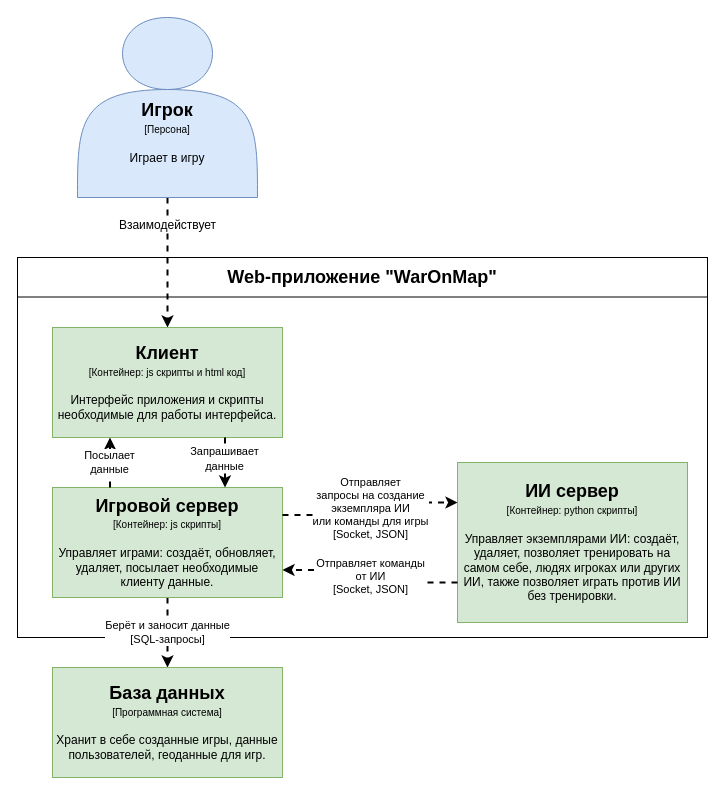
7kia/dissertation-of-master-student keeps this draw.io diagram as Модельный граф/Model-graph_Container-diagram.drawio. Above is the earlier version. Source tidied: cells renumbered, new cells numbered last; positions are measured from the earlier drawing's top-left corner, leaving out a move shared by most shapes. Both pictures are drawn from the tidied source at 100%, with x=0, y=0 at pixel (17, 17).
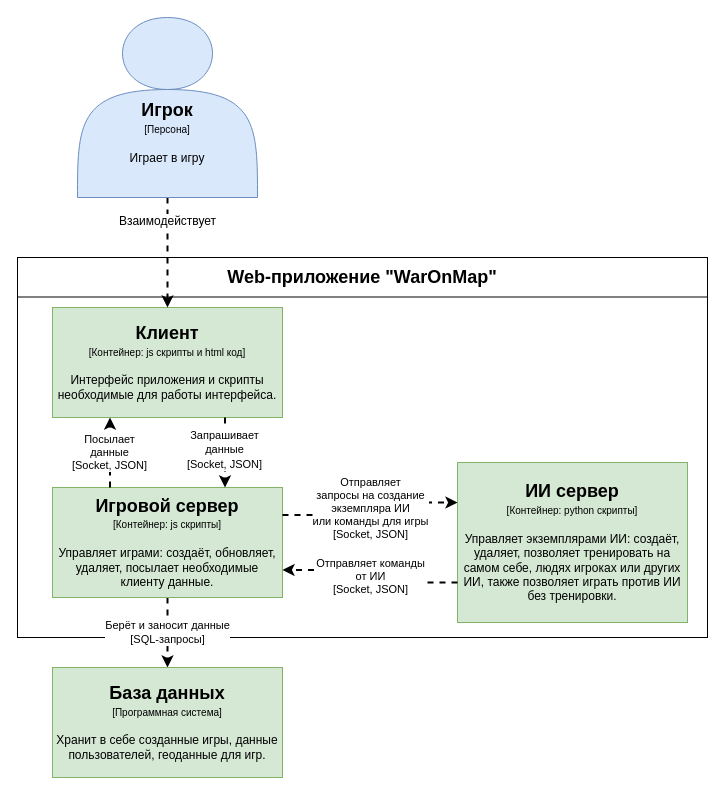
The same page after the edit.

Commit message (it also covers changes not shown here):
Частично сделана диаграмма компонентов для модельного графа

Diff of the diagram source:
```diff
@@
 <mxGraphModel>
   <root>
     <mxCell id="0" />
     <mxCell id="1" parent="0" />
     <mxCell id="2" style="group;" parent="1" vertex="1">
       <mxGeometry y="240" width="690" height="380" as="geometry" />
     </mxCell>
     <mxCell id="3" style="group;" parent="2" vertex="1">
       <mxGeometry width="690" height="380" as="geometry" />
     </mxCell>
     <mxCell id="4" style="rounded=0;whiteSpace=wrap;html=1;" parent="3" vertex="1">
       <mxGeometry width="690" height="380" as="geometry" />
     </mxCell>
     <mxCell id="5" value="&lt;b&gt;&lt;font style=&quot;font-size: 18px&quot;&gt;Web-приложение &quot;WarOnMap&quot;&lt;/font&gt;&lt;/b&gt;" style="rounded=0;whiteSpace=wrap;html=1;" parent="3" vertex="1">
       <mxGeometry width="690" height="39.5" as="geometry" />
     </mxCell>
+    <mxCell id="10" value="&lt;div&gt;&lt;b&gt;&lt;font style=&quot;font-size: 18px&quot;&gt;Клиент&lt;/font&gt;&lt;/b&gt;&lt;br&gt;&lt;/div&gt;&lt;div&gt;&lt;font style=&quot;font-size: 10px&quot;&gt;[&lt;/font&gt;&lt;font style=&quot;font-size: 10px&quot;&gt;&lt;span class=&quot;tlid-translation translation&quot; lang=&quot;ru&quot;&gt;&lt;span title=&quot;&quot; class=&quot;&quot;&gt;Контейнер: js скрипты и html код]&lt;/span&gt;&lt;/span&gt;&lt;/font&gt;&lt;/div&gt;&lt;div&gt;&lt;font style=&quot;font-size: 10px&quot;&gt;&lt;br&gt;&lt;/font&gt;&lt;/div&gt;&lt;div&gt;Интерфейс приложения и скрипты необходимые для работы интерфейса.&lt;br&gt;&lt;/div&gt;" style="rounded=0;whiteSpace=wrap;html=1;fillColor=#d5e8d4;strokeColor=#82b366;" parent="3" vertex="1">
+      <mxGeometry x="35" y="50" width="230" height="110" as="geometry" />
+    </mxCell>
     <mxCell id="6" value="&lt;div&gt;Берёт и заносит данные&lt;/div&gt;&lt;div&gt;[SQL-запросы]&lt;br&gt;&lt;/div&gt;" style="edgeStyle=orthogonalEdgeStyle;rounded=0;jettySize=auto;html=1;dashed=1;strokeWidth=2;exitX=0.5;exitY=1;exitDx=0;exitDy=0;" parent="1" edge="1" source="11" target="9">
       <mxGeometry relative="1" as="geometry" />
     </mxCell>
     <mxCell id="7" value="&lt;font style=&quot;font-size: 12px&quot;&gt;Взаимодействует&lt;/font&gt;" style="edgeStyle=orthogonalEdgeStyle;rounded=0;jettySize=auto;html=1;exitX=0.5;exitY=1;exitDx=0;exitDy=0;entryX=0.5;entryY=0;entryDx=0;entryDy=0;dashed=1;strokeWidth=2;" parent="1" edge="1" source="8" target="10">
       <mxGeometry x="-0.57" relative="1" as="geometry" />
     </mxCell>
     <mxCell id="8" value="&lt;div&gt;&lt;br&gt;&lt;/div&gt;&lt;div&gt;&lt;br&gt;&lt;/div&gt;&lt;div&gt;&lt;b&gt;&lt;font style=&quot;font-size: 18px&quot;&gt;&lt;br&gt;&lt;/font&gt;&lt;/b&gt;&lt;/div&gt;&lt;div&gt;&lt;b&gt;&lt;font style=&quot;font-size: 18px&quot;&gt;Игрок&lt;br&gt;&lt;/font&gt;&lt;/b&gt;&lt;/div&gt;&lt;div&gt;&lt;font style=&quot;font-size: 10px&quot;&gt;[Персона]&lt;/font&gt;&lt;/div&gt;&lt;div&gt;&lt;font style=&quot;font-size: 10px&quot;&gt;&lt;br&gt;&lt;/font&gt;&lt;/div&gt;&lt;div&gt;Играет в игру&lt;br&gt;&lt;/div&gt;" style="shape=actor;whiteSpace=wrap;html=1;fillColor=#dae8fc;strokeColor=#6c8ebf;" parent="1" vertex="1">
       <mxGeometry x="60" width="180" height="180" as="geometry" />
     </mxCell>
     <mxCell id="9" value="&lt;div&gt;&lt;b&gt;&lt;font style=&quot;font-size: 18px&quot;&gt;База данных&lt;/font&gt;&lt;/b&gt;&lt;br&gt;&lt;/div&gt;&lt;div&gt;&lt;font style=&quot;font-size: 10px&quot;&gt;[&lt;/font&gt;&lt;font style=&quot;font-size: 10px&quot;&gt;&lt;span class=&quot;tlid-translation translation&quot; lang=&quot;ru&quot;&gt;&lt;span title=&quot;&quot; class=&quot;&quot;&gt;Программная система&lt;/span&gt;&lt;/span&gt;]&lt;/font&gt;&lt;/div&gt;&lt;div&gt;&lt;font style=&quot;font-size: 10px&quot;&gt;&lt;br&gt;&lt;/font&gt;&lt;/div&gt;&lt;div&gt;Хранит в себе созданные игры, данные пользователей, геоданные для игр.&lt;br&gt;&lt;/div&gt;" style="rounded=0;whiteSpace=wrap;html=1;fillColor=#d5e8d4;strokeColor=#82b366;" parent="1" vertex="1">
       <mxGeometry x="35" y="650" width="230" height="110" as="geometry" />
     </mxCell>
-    <mxCell id="10" value="&lt;div&gt;&lt;b&gt;&lt;font style=&quot;font-size: 18px&quot;&gt;Клиент&lt;/font&gt;&lt;/b&gt;&lt;br&gt;&lt;/div&gt;&lt;div&gt;&lt;font style=&quot;font-size: 10px&quot;&gt;[&lt;/font&gt;&lt;font style=&quot;font-size: 10px&quot;&gt;&lt;span class=&quot;tlid-translation translation&quot; lang=&quot;ru&quot;&gt;&lt;span title=&quot;&quot; class=&quot;&quot;&gt;Контейнер: js скрипты и html код]&lt;/span&gt;&lt;/span&gt;&lt;/font&gt;&lt;/div&gt;&lt;div&gt;&lt;font style=&quot;font-size: 10px&quot;&gt;&lt;br&gt;&lt;/font&gt;&lt;/div&gt;&lt;div&gt;Интерфейс приложения и скрипты необходимые для работы интерфейса.&lt;br&gt;&lt;/div&gt;" style="rounded=0;whiteSpace=wrap;html=1;fillColor=#d5e8d4;strokeColor=#82b366;" parent="1" vertex="1">
-      <mxGeometry x="35" y="310" width="230" height="110" as="geometry" />
-    </mxCell>
     <mxCell id="11" value="&lt;div&gt;&lt;b&gt;&lt;font style=&quot;font-size: 18px&quot;&gt;Игровой сервер&lt;/font&gt;&lt;/b&gt;&lt;br&gt;&lt;/div&gt;&lt;div&gt;&lt;font style=&quot;font-size: 10px&quot;&gt;[&lt;/font&gt;&lt;font style=&quot;font-size: 10px&quot;&gt;&lt;span class=&quot;tlid-translation translation&quot; lang=&quot;ru&quot;&gt;&lt;span title=&quot;&quot; class=&quot;&quot;&gt;Контейнер: js скрипты]&lt;/span&gt;&lt;/span&gt;&lt;/font&gt;&lt;/div&gt;&lt;div&gt;&lt;font style=&quot;font-size: 10px&quot;&gt;&lt;br&gt;&lt;/font&gt;&lt;/div&gt;&lt;div&gt;Управляет играми: создаёт, обновляет, удаляет, посылает необходимые клиенту данные.&lt;br&gt;&lt;/div&gt;" style="rounded=0;whiteSpace=wrap;html=1;fillColor=#d5e8d4;strokeColor=#82b366;" parent="1" vertex="1">
       <mxGeometry x="35" y="470" width="230" height="110" as="geometry" />
     </mxCell>
     <mxCell id="12" style="edgeStyle=orthogonalEdgeStyle;rounded=0;jettySize=auto;html=1;exitX=0.75;exitY=1;exitDx=0;exitDy=0;entryX=0.75;entryY=0;entryDx=0;entryDy=0;dashed=1;strokeWidth=2;" parent="1" edge="1" source="10" target="11">
       <mxGeometry relative="1" as="geometry" />
     </mxCell>
-    <mxCell id="13" value="&lt;div&gt;&lt;font style=&quot;font-size: 11px&quot;&gt;Запрашивает&lt;/font&gt;&lt;/div&gt;&lt;div&gt;&lt;font style=&quot;font-size: 11px&quot;&gt; данные&lt;/font&gt;&lt;/div&gt;" style="text;html=1;align=center;verticalAlign=middle;labelBackgroundColor=#ffffff;" parent="12" vertex="1">
+    <mxCell id="13" value="&lt;div&gt;&lt;font style=&quot;font-size: 11px&quot;&gt;Запрашивает&lt;/font&gt;&lt;/div&gt;&lt;div&gt;&lt;font style=&quot;font-size: 11px&quot;&gt; данные&lt;/font&gt;&lt;/div&gt;&lt;div&gt;&lt;font style=&quot;font-size: 11px&quot;&gt;&lt;font style=&quot;font-size: 11px&quot; size=&quot;3&quot;&gt;[Socket, JSON]&lt;/font&gt;&lt;/font&gt;&lt;/div&gt;" style="text;html=1;align=center;verticalAlign=middle;labelBackgroundColor=#ffffff;" parent="12" vertex="1">
       <mxGeometry x="0.15" y="-1" relative="1" as="geometry">
         <mxPoint y="-9" as="offset" />
       </mxGeometry>
     </mxCell>
-    <mxCell id="14" value="&lt;div&gt;&lt;font style=&quot;font-size: 11px&quot;&gt;Посылает&lt;/font&gt;&lt;/div&gt;&lt;div&gt;&lt;font style=&quot;font-size: 11px&quot; size=&quot;3&quot;&gt;данные&lt;br&gt;&lt;/font&gt;&lt;/div&gt;" style="edgeStyle=orthogonalEdgeStyle;rounded=0;jettySize=auto;html=1;exitX=0.25;exitY=0;exitDx=0;exitDy=0;entryX=0.25;entryY=1;entryDx=0;entryDy=0;dashed=1;strokeWidth=2;" parent="1" edge="1" source="11" target="10">
+    <mxCell id="14" value="&lt;div&gt;&lt;font style=&quot;font-size: 11px&quot;&gt;Посылает&lt;/font&gt;&lt;/div&gt;&lt;div&gt;&lt;font style=&quot;font-size: 11px&quot; size=&quot;3&quot;&gt;данные&lt;br&gt;&lt;/font&gt;&lt;/div&gt;&lt;div&gt;&lt;font style=&quot;font-size: 11px&quot; size=&quot;3&quot;&gt;[Socket, JSON]&lt;br&gt;&lt;/font&gt;&lt;/div&gt;" style="edgeStyle=orthogonalEdgeStyle;rounded=0;jettySize=auto;html=1;exitX=0.25;exitY=0;exitDx=0;exitDy=0;entryX=0.25;entryY=1;entryDx=0;entryDy=0;dashed=1;strokeWidth=2;" parent="1" edge="1" source="11" target="10">
       <mxGeometry relative="1" as="geometry" />
     </mxCell>
     <mxCell id="15" value="&lt;div&gt;&lt;b&gt;&lt;font style=&quot;font-size: 18px&quot;&gt;ИИ сервер&lt;/font&gt;&lt;/b&gt;&lt;br&gt;&lt;/div&gt;&lt;div&gt;&lt;font style=&quot;font-size: 10px&quot;&gt;[&lt;/font&gt;&lt;font style=&quot;font-size: 10px&quot;&gt;&lt;span class=&quot;tlid-translation translation&quot; lang=&quot;ru&quot;&gt;&lt;span title=&quot;&quot; class=&quot;&quot;&gt;Контейнер: python скрипты]&lt;/span&gt;&lt;/span&gt;&lt;/font&gt;&lt;/div&gt;&lt;div&gt;&lt;font style=&quot;font-size: 10px&quot;&gt;&lt;br&gt;&lt;/font&gt;&lt;/div&gt;&lt;div&gt;Управляет экземплярами ИИ: создаёт, удаляет, позволяет тренировать на самом себе, людях игроках или других ИИ, также позволяет играть против ИИ без тренировки.&lt;br&gt;&lt;/div&gt;" style="rounded=0;whiteSpace=wrap;html=1;fillColor=#d5e8d4;strokeColor=#82b366;" parent="1" vertex="1">
       <mxGeometry x="440" y="445" width="230" height="160" as="geometry" />
     </mxCell>
     <mxCell id="16" value="&lt;div&gt;Отправляет&lt;/div&gt;&lt;div&gt;запросы на создание &lt;br&gt;&lt;/div&gt;&lt;div&gt;экземпляра ИИ &lt;br&gt;&lt;/div&gt;&lt;div&gt;или команды для игры&lt;/div&gt;&lt;div&gt;[Socket, JSON]&lt;/div&gt;" style="edgeStyle=orthogonalEdgeStyle;rounded=0;jettySize=auto;html=1;exitX=1;exitY=0.25;exitDx=0;exitDy=0;entryX=0;entryY=0.25;entryDx=0;entryDy=0;dashed=1;strokeWidth=2;" parent="1" edge="1" source="11" target="15">
       <mxGeometry relative="1" as="geometry" />
     </mxCell>
     <mxCell id="17" value="&lt;div&gt;Отправляет команды&lt;/div&gt;&lt;div&gt;от ИИ&lt;/div&gt;&lt;div&gt;[Socket, JSON]&lt;br&gt;&lt;/div&gt;" style="edgeStyle=orthogonalEdgeStyle;rounded=0;jettySize=auto;html=1;exitX=0;exitY=0.75;exitDx=0;exitDy=0;entryX=1;entryY=0.75;entryDx=0;entryDy=0;dashed=1;strokeWidth=2;" parent="1" edge="1" source="15" target="11">
       <mxGeometry relative="1" as="geometry" />
     </mxCell>
   </root>
 </mxGraphModel>
```
